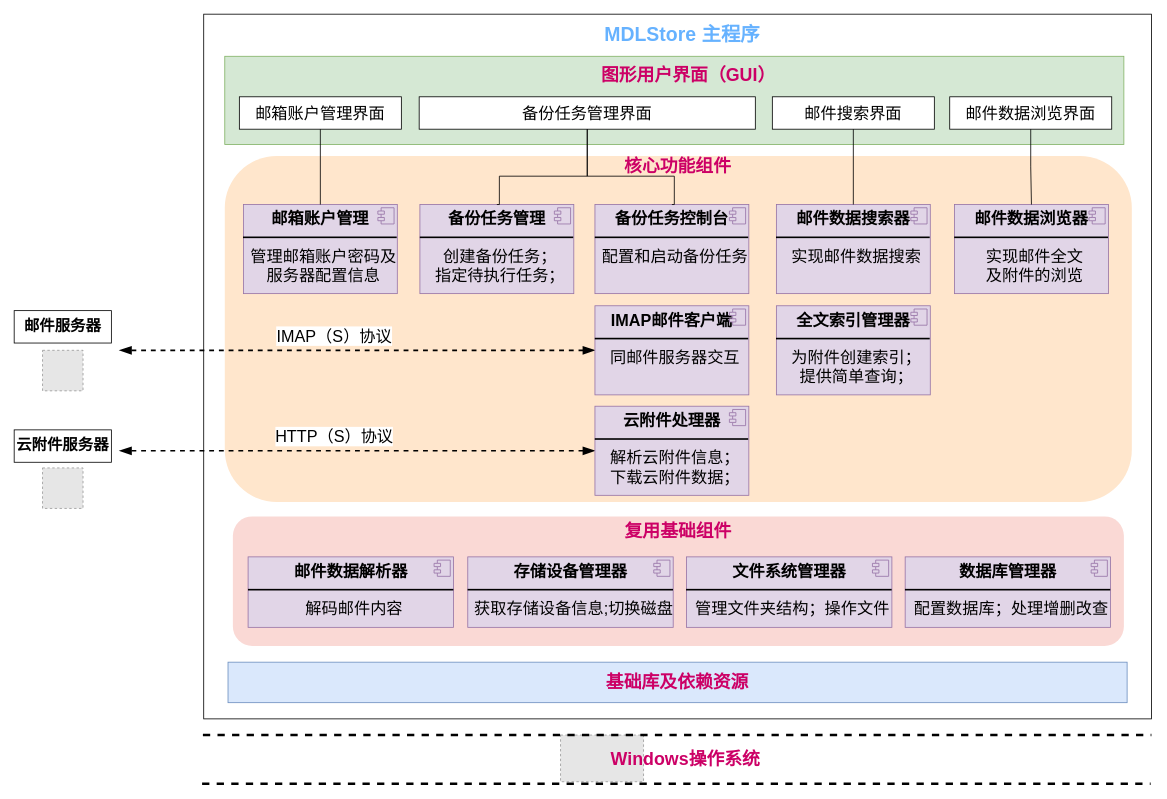
GreenTee-color/Documents keeps this draw.io diagram as page "第 18 页" (18 of 18) of 架构图1.drawio. Above is the earlier version. Source tidied: cells renumbered, new cells numbered last; positions are measured from the earlier drawing's top-left corner, leaving out a move shared by most shapes. Both pictures are drawn from the tidied source at 81%, with x=0, y=0 at pixel (14, 14). Pictures stored in the file or linked from it are replaced by grey dashed boxes.
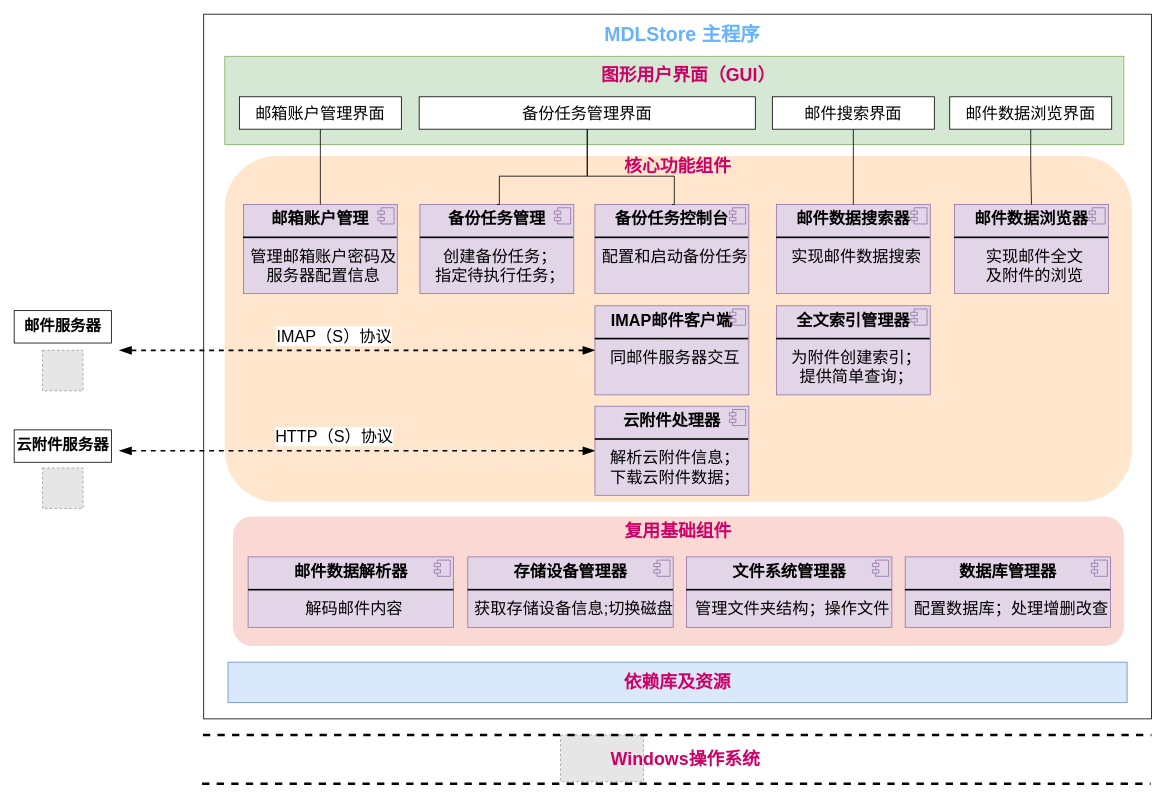
Above is the later version.

Commit message (it also covers changes not shown here):
更新架构图1.drawio

What changed in the source:
```diff
@@
-    <mxCell id="3" value="基础库及依赖资源" style="rounded=0;whiteSpace=wrap;html=1;fontStyle=1;fillColor=#dae8fc;strokeColor=#6c8ebf;fontSize=22;fontColor=#CC0066;" parent="1" vertex="1">
+    <mxCell id="3" value="依赖库及资源" style="rounded=0;whiteSpace=wrap;html=1;fontStyle=1;fillColor=#dae8fc;strokeColor=#6c8ebf;fontSize=22;fontColor=#CC0066;" parent="1" vertex="1">
       <mxGeometry x="264" y="800" width="1110" height="50" as="geometry" />
     </mxCell>
```
